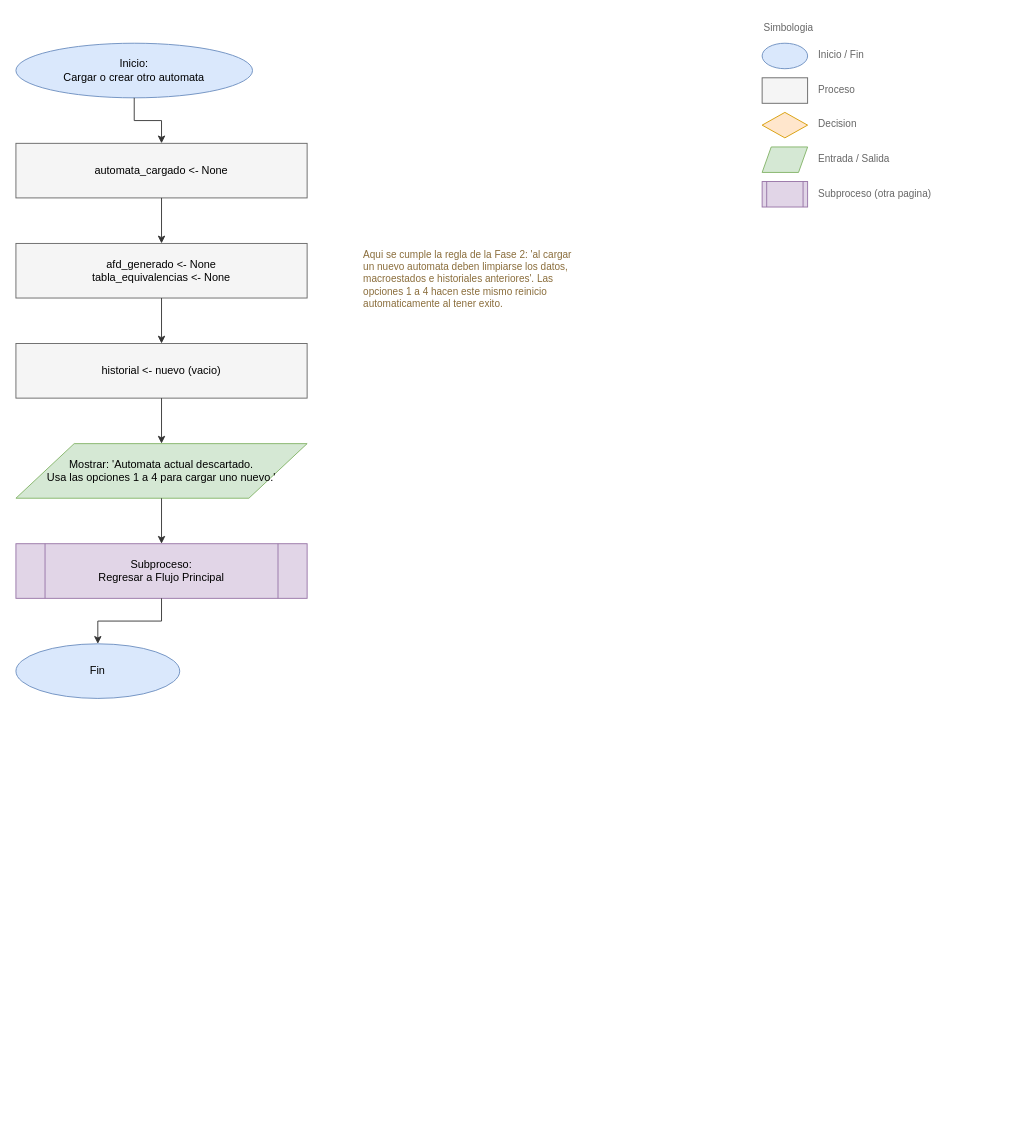
This is Proyecto 2/Documentacion/diagramas/14_Cargar_o_crear_otro_automata.drawio from rodruiz03/Proyecto_LFA, a draw.io file, before an edit. Source tidied: cells renumbered, new cells numbered last; positions are measured from the earlier drawing's top-left corner, leaving out a move shared by most shapes. Both pictures are drawn from the tidied source at 91%, with x=0, y=0 at pixel (15, 15).
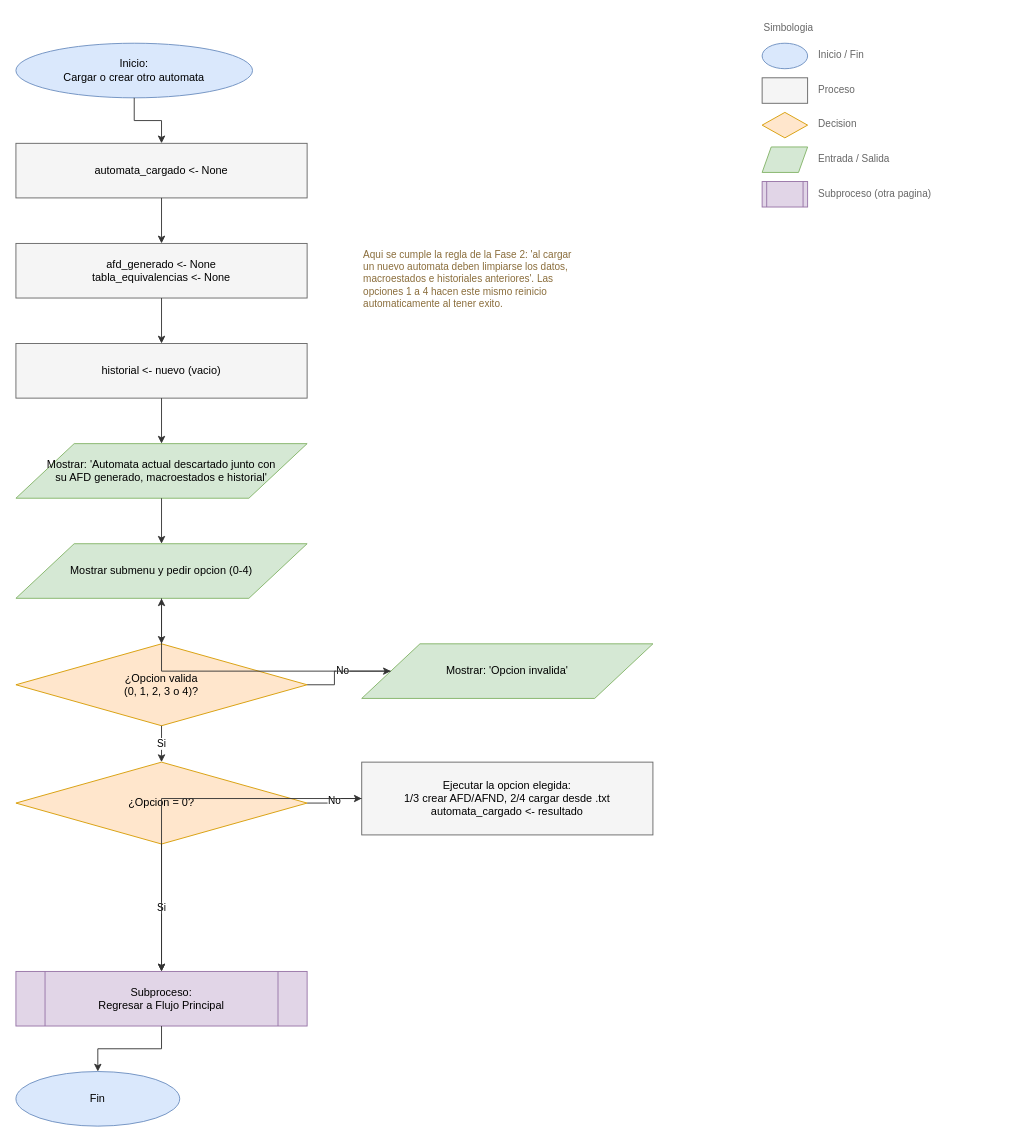
The same page after the edit.

Diff of the diagram source:
```diff
@@
-    <mxCell id="9" value="Mostrar: 'Automata actual descartado.&#10;Usa las opciones 1 a 4 para cargar uno nuevo.'" style="shape=parallelogram;perimeter=parallelogramPerimeter;whiteSpace=wrap;html=1;fillColor=#d5e8d4;strokeColor=#82b366;fontSize=12;align=center;" parent="1" vertex="1">
+    <mxCell id="9" value="Mostrar: 'Automata actual descartado junto con&#10;su AFD generado, macroestados e historial'" style="shape=parallelogram;perimeter=parallelogramPerimeter;whiteSpace=wrap;html=1;fillColor=#d5e8d4;strokeColor=#82b366;fontSize=12;align=center;" parent="1" vertex="1">
       <mxGeometry y="470" width="320" height="60" as="geometry" />
     </mxCell>
@@
     <mxCell id="11" value="Subproceso:&#10;Regresar a Flujo Principal" style="shape=process;whiteSpace=wrap;html=1;fillColor=#e1d5e7;strokeColor=#9673a6;fontSize=12;align=center;" parent="1" vertex="1">
-      <mxGeometry y="580" width="320" height="60" as="geometry" />
+      <mxGeometry y="1050" width="320" height="60" as="geometry" />
     </mxCell>
-    <mxCell id="12" style="edgeStyle=orthogonalEdgeStyle;rounded=0;html=1;jettySize=auto;strokeColor=#333333;fontSize=11;" parent="1" edge="1" source="9" target="11">
+    <mxCell id="12" style="edgeStyle=orthogonalEdgeStyle;rounded=0;html=1;jettySize=auto;strokeColor=#333333;fontSize=11;" parent="1" edge="1" source="9" target="27">
       <mxGeometry relative="1" as="geometry" />
     </mxCell>
     <mxCell id="13" value="Fin" style="ellipse;whiteSpace=wrap;html=1;fillColor=#dae8fc;strokeColor=#6c8ebf;fontSize=12;" parent="1" vertex="1">
-      <mxGeometry y="690" width="180" height="60" as="geometry" />
+      <mxGeometry y="1160" width="180" height="60" as="geometry" />
     </mxCell>
@@
+    <mxCell id="27" value="Mostrar submenu y pedir opcion (0-4)" style="shape=parallelogram;perimeter=parallelogramPerimeter;whiteSpace=wrap;html=1;fillColor=#d5e8d4;strokeColor=#82b366;fontSize=12;align=center;" parent="1" vertex="1">
+      <mxGeometry y="580" width="320" height="60" as="geometry" />
+    </mxCell>
+    <mxCell id="28" value="¿Opcion valida&#10;(0, 1, 2, 3 o 4)?" style="rhombus;whiteSpace=wrap;html=1;fillColor=#ffe6cc;strokeColor=#d79b00;fontSize=12;align=center;" parent="1" vertex="1">
+      <mxGeometry y="690" width="320" height="90" as="geometry" />
+    </mxCell>
+    <mxCell id="29" value="Mostrar: 'Opcion invalida'" style="shape=parallelogram;perimeter=parallelogramPerimeter;whiteSpace=wrap;html=1;fillColor=#d5e8d4;strokeColor=#82b366;fontSize=12;align=center;" parent="1" vertex="1">
+      <mxGeometry x="380" y="690" width="320" height="60" as="geometry" />
+    </mxCell>
+    <mxCell id="30" value="¿Opcion = 0?" style="rhombus;whiteSpace=wrap;html=1;fillColor=#ffe6cc;strokeColor=#d79b00;fontSize=12;align=center;" parent="1" vertex="1">
+      <mxGeometry y="820" width="320" height="90" as="geometry" />
+    </mxCell>
+    <mxCell id="31" value="Ejecutar la opcion elegida:&#10;1/3 crear AFD/AFND, 2/4 cargar desde .txt&#10;automata_cargado &lt;- resultado" style="rounded=0;whiteSpace=wrap;html=1;fillColor=#f5f5f5;strokeColor=#666666;fontSize=12;align=center;" parent="1" vertex="1">
+      <mxGeometry x="380" y="820" width="320" height="80" as="geometry" />
+    </mxCell>
+    <mxCell id="32" style="edgeStyle=orthogonalEdgeStyle;rounded=0;html=1;jettySize=auto;strokeColor=#333333;fontSize=11;" parent="1" edge="1" source="27" target="28">
+      <mxGeometry relative="1" as="geometry" />
+    </mxCell>
+    <mxCell id="33" value="No" style="edgeStyle=orthogonalEdgeStyle;rounded=0;html=1;jettySize=auto;strokeColor=#333333;fontSize=11;" parent="1" edge="1" source="28" target="29">
+      <mxGeometry relative="1" as="geometry" />
+    </mxCell>
+    <mxCell id="34" style="edgeStyle=orthogonalEdgeStyle;rounded=0;html=1;jettySize=auto;strokeColor=#333333;fontSize=11;" parent="1" edge="1" source="29" target="27">
+      <mxGeometry relative="1" as="geometry" />
+    </mxCell>
+    <mxCell id="35" value="Si" style="edgeStyle=orthogonalEdgeStyle;rounded=0;html=1;jettySize=auto;strokeColor=#333333;fontSize=11;" parent="1" edge="1" source="28" target="30">
+      <mxGeometry relative="1" as="geometry" />
+    </mxCell>
+    <mxCell id="36" value="Si" style="edgeStyle=orthogonalEdgeStyle;rounded=0;html=1;jettySize=auto;strokeColor=#333333;fontSize=11;" parent="1" edge="1" source="30" target="11">
+      <mxGeometry relative="1" as="geometry" />
+    </mxCell>
+    <mxCell id="37" value="No" style="edgeStyle=orthogonalEdgeStyle;rounded=0;html=1;jettySize=auto;strokeColor=#333333;fontSize=11;" parent="1" edge="1" source="30" target="31">
+      <mxGeometry relative="1" as="geometry" />
+    </mxCell>
+    <mxCell id="38" style="edgeStyle=orthogonalEdgeStyle;rounded=0;html=1;jettySize=auto;strokeColor=#333333;fontSize=11;" parent="1" edge="1" source="31" target="11">
+      <mxGeometry relative="1" as="geometry" />
+    </mxCell>
```
